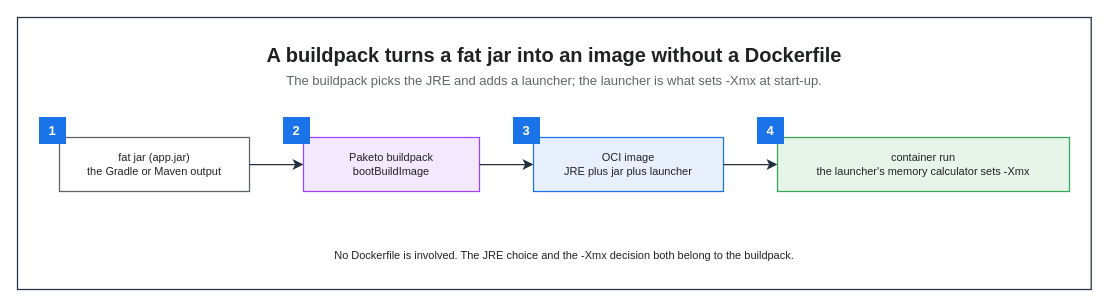
Earlier version of the draw.io diagram assets/img/jvm/jvm-05-fatjar-to-container.drawio (KKamJi98/kkamji98.github.io). Source tidied: cells renumbered, new cells numbered last; positions are measured from the earlier drawing's top-left corner, leaving out a move shared by most shapes. Both pictures are drawn from the tidied source at 100%, with x=0, y=0 at pixel (17, 17).
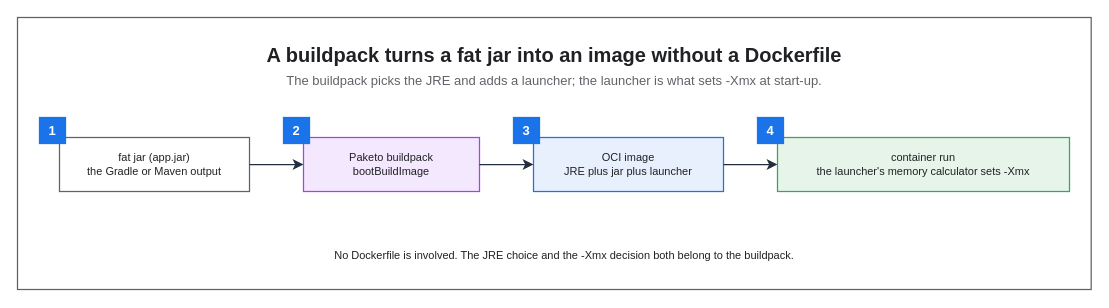
The same diagram, later.

The edit, as a diff of the source:
```diff
@@
 <mxGraphModel background="#FFFFFF">
   <root>
     <mxCell id="0" />
     <mxCell id="1" parent="0" />
-    <mxCell id="2" style="rounded=0;html=0;fillColor=none;strokeColor=#232F3E;fontColor=#202124;strokeWidth=1.25;" parent="1" vertex="1">
+    <mxCell id="2" style="rounded=0;html=0;fillColor=none;strokeColor=#5F6368;fontColor=#202124;strokeWidth=1.25;" parent="1" vertex="1">
       <mxGeometry width="1073.7" height="272" as="geometry" />
     </mxCell>
     <mxCell id="3" value="A buildpack turns a fat jar into an image without a Dockerfile" style="text;html=0;whiteSpace=wrap;fillColor=none;strokeColor=none;fontColor=#202124;fontSize=20;fontStyle=1;align=center;verticalAlign=middle;" parent="1" vertex="1">
       <mxGeometry x="22" y="22" width="1029.7" height="30" as="geometry" />
     </mxCell>
     <mxCell id="4" value="The buildpack picks the JRE and adds a launcher; the launcher is what sets -Xmx at start-up." style="text;html=0;whiteSpace=wrap;fillColor=none;strokeColor=none;fontColor=#5F6368;fontSize=13;fontStyle=0;align=center;verticalAlign=middle;" parent="1" vertex="1">
       <mxGeometry x="22" y="52" width="1029.7" height="22" as="geometry" />
     </mxCell>
     <mxCell id="5" value="fat jar (app.jar)&#10;the Gradle or Maven output" style="rounded=0;whiteSpace=wrap;html=0;fillColor=#FFFFFF;strokeColor=#5F6368;fontColor=#202124;fontSize=11;fontStyle=0;align=center;verticalAlign=middle;spacingLeft=6;spacingRight=6;strokeWidth=1.25;" parent="1" vertex="1">
       <mxGeometry x="42" y="120" width="190" height="54" as="geometry" />
     </mxCell>
     <mxCell id="6" value="Paketo buildpack&#10;bootBuildImage" style="rounded=0;whiteSpace=wrap;html=0;fillColor=#F3E8FD;strokeColor=#A142F4;fontColor=#202124;fontSize=11;fontStyle=0;align=center;verticalAlign=middle;spacingLeft=6;spacingRight=6;strokeWidth=1.25;" parent="1" vertex="1">
       <mxGeometry x="286" y="120" width="176" height="54" as="geometry" />
     </mxCell>
     <mxCell id="7" value="OCI image&#10;JRE plus jar plus launcher" style="rounded=0;whiteSpace=wrap;html=0;fillColor=#E8F0FE;strokeColor=#1A73E8;fontColor=#202124;fontSize=11;fontStyle=0;align=center;verticalAlign=middle;spacingLeft=6;spacingRight=6;strokeWidth=1.25;" parent="1" vertex="1">
       <mxGeometry x="516" y="120" width="190" height="54" as="geometry" />
     </mxCell>
     <mxCell id="8" value="container run&#10;the launcher's memory calculator sets -Xmx" style="rounded=0;whiteSpace=wrap;html=0;fillColor=#E6F4EA;strokeColor=#34A853;fontColor=#202124;fontSize=11;fontStyle=0;align=center;verticalAlign=middle;spacingLeft=6;spacingRight=6;strokeWidth=1.25;" parent="1" vertex="1">
       <mxGeometry x="760" y="120" width="292" height="54" as="geometry" />
     </mxCell>
     <mxCell id="9" value="No Dockerfile is involved. The JRE choice and the -Xmx decision both belong to the buildpack." style="text;html=0;whiteSpace=wrap;fillColor=none;strokeColor=none;fontColor=#202124;fontSize=11;fontStyle=0;align=center;verticalAlign=middle;" parent="1" vertex="1">
       <mxGeometry x="42" y="226" width="1010" height="24" as="geometry" />
     </mxCell>
-    <mxCell id="10" value="1" style="rounded=0;whiteSpace=wrap;html=0;fillColor=#1A73E8;strokeColor=#1A73E8;fontColor=#FFFFFF;fontSize=13;fontStyle=1;align=center;verticalAlign=middle;" parent="1" vertex="1">
+    <mxCell id="10" value="1" style="rounded=0;whiteSpace=wrap;html=0;fillColor=#1A73E8;strokeColor=#1A73E8;fontColor=#FFFFFF;fontSize=13;fontStyle=1;align=center;verticalAlign=middle;strokeWidth=1.25;" parent="1" vertex="1">
       <mxGeometry x="22" y="100" width="26" height="26" as="geometry" />
     </mxCell>
-    <mxCell id="11" value="2" style="rounded=0;whiteSpace=wrap;html=0;fillColor=#1A73E8;strokeColor=#1A73E8;fontColor=#FFFFFF;fontSize=13;fontStyle=1;align=center;verticalAlign=middle;" parent="1" vertex="1">
+    <mxCell id="11" value="2" style="rounded=0;whiteSpace=wrap;html=0;fillColor=#1A73E8;strokeColor=#1A73E8;fontColor=#FFFFFF;fontSize=13;fontStyle=1;align=center;verticalAlign=middle;strokeWidth=1.25;" parent="1" vertex="1">
       <mxGeometry x="266" y="100" width="26" height="26" as="geometry" />
     </mxCell>
-    <mxCell id="12" value="3" style="rounded=0;whiteSpace=wrap;html=0;fillColor=#1A73E8;strokeColor=#1A73E8;fontColor=#FFFFFF;fontSize=13;fontStyle=1;align=center;verticalAlign=middle;" parent="1" vertex="1">
+    <mxCell id="12" value="3" style="rounded=0;whiteSpace=wrap;html=0;fillColor=#1A73E8;strokeColor=#1A73E8;fontColor=#FFFFFF;fontSize=13;fontStyle=1;align=center;verticalAlign=middle;strokeWidth=1.25;" parent="1" vertex="1">
       <mxGeometry x="496" y="100" width="26" height="26" as="geometry" />
     </mxCell>
-    <mxCell id="13" value="4" style="rounded=0;whiteSpace=wrap;html=0;fillColor=#1A73E8;strokeColor=#1A73E8;fontColor=#FFFFFF;fontSize=13;fontStyle=1;align=center;verticalAlign=middle;" parent="1" vertex="1">
+    <mxCell id="13" value="4" style="rounded=0;whiteSpace=wrap;html=0;fillColor=#1A73E8;strokeColor=#1A73E8;fontColor=#FFFFFF;fontSize=13;fontStyle=1;align=center;verticalAlign=middle;strokeWidth=1.25;" parent="1" vertex="1">
       <mxGeometry x="740" y="100" width="26" height="26" as="geometry" />
     </mxCell>
     <mxCell id="14" style="edgeStyle=orthogonalEdgeStyle;rounded=0;html=0;strokeColor=#232F3E;strokeWidth=1.25;endArrow=classic;endFill=1;endSize=7;fontSize=11;fontColor=#202124;labelBackgroundColor=none;jettySize=14;exitX=1;exitY=0.5;entryX=0;entryY=0.5;exitDx=0;exitDy=0;entryDx=0;entryDy=0;" parent="1" edge="1" source="5" target="6">
       <mxGeometry relative="1" as="geometry" />
     </mxCell>
     <mxCell id="15" style="edgeStyle=orthogonalEdgeStyle;rounded=0;html=0;strokeColor=#232F3E;strokeWidth=1.25;endArrow=classic;endFill=1;endSize=7;fontSize=11;fontColor=#202124;labelBackgroundColor=none;jettySize=14;exitX=1;exitY=0.5;entryX=0;entryY=0.5;exitDx=0;exitDy=0;entryDx=0;entryDy=0;" parent="1" edge="1" source="6" target="7">
       <mxGeometry relative="1" as="geometry" />
     </mxCell>
     <mxCell id="16" style="edgeStyle=orthogonalEdgeStyle;rounded=0;html=0;strokeColor=#232F3E;strokeWidth=1.25;endArrow=classic;endFill=1;endSize=7;fontSize=11;fontColor=#202124;labelBackgroundColor=none;jettySize=14;exitX=1;exitY=0.5;entryX=0;entryY=0.5;exitDx=0;exitDy=0;entryDx=0;entryDy=0;" parent="1" edge="1" source="7" target="8">
       <mxGeometry relative="1" as="geometry" />
     </mxCell>
   </root>
 </mxGraphModel>
```
